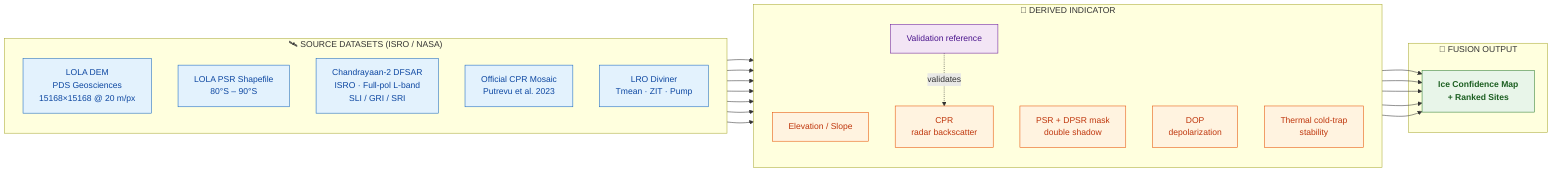
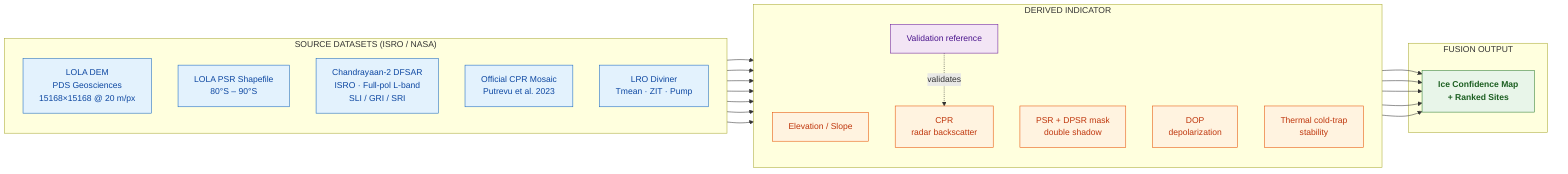
flowchart LR
-     subgraph SRC["🛰️ SOURCE DATASETS (ISRO / NASA)"]
+     subgraph SRC["SOURCE DATASETS (ISRO / NASA)"]
        direction TB
        D1["LOLA DEM<br/>PDS Geosciences<br/>15168×15168 @ 20 m/px"]
        D2["LOLA PSR Shapefile<br/>80°S – 90°S"]
        D3["Chandrayaan-2 DFSAR<br/>ISRO · Full-pol L-band<br/>SLI / GRI / SRI"]
        D4["Official CPR Mosaic<br/>Putrevu et al. 2023"]
        D5["LRO Diviner<br/>Tmean · ZIT · Pump"]
    end

-     subgraph IND["🔬 DERIVED INDICATOR"]
+     subgraph IND["DERIVED INDICATOR"]
        direction TB
        I1["Elevation / Slope"]
        I2["PSR + DPSR mask<br/>double shadow"]
        I3["CPR<br/>radar backscatter"]
        I4["DOP<br/>depolarization"]
        I6["Thermal cold-trap<br/>stability"]
        I5["Validation reference"]
    end

-     subgraph FUS["🧮 FUSION OUTPUT"]
+     subgraph FUS["FUSION OUTPUT"]
        Z["Ice Confidence Map<br/>+ Ranked Sites"]
    end

    D1 --> I1
    D1 --> I2
    D2 --> I2
    D3 --> I3
    D3 --> I4
    D5 --> I6
    D4 --> I5

    I1 --> Z
    I2 --> Z
    I3 --> Z
    I4 --> Z
    I6 --> Z
    I5 -. validates .-> I3

    classDef src fill:#e3f2fd,stroke:#1565c0,color:#0d47a1;
    classDef ind fill:#fff3e0,stroke:#e65100,color:#bf360c;
    classDef val fill:#f3e5f5,stroke:#6a1b9a,color:#4a148c;
    classDef fus fill:#e8f5e9,stroke:#2e7d32,color:#1b5e20,font-weight:bold;
    class D1,D2,D3,D4,D5 src;
    class I1,I2,I3,I4,I6 ind;
    class I5 val;
    class Z fus;
